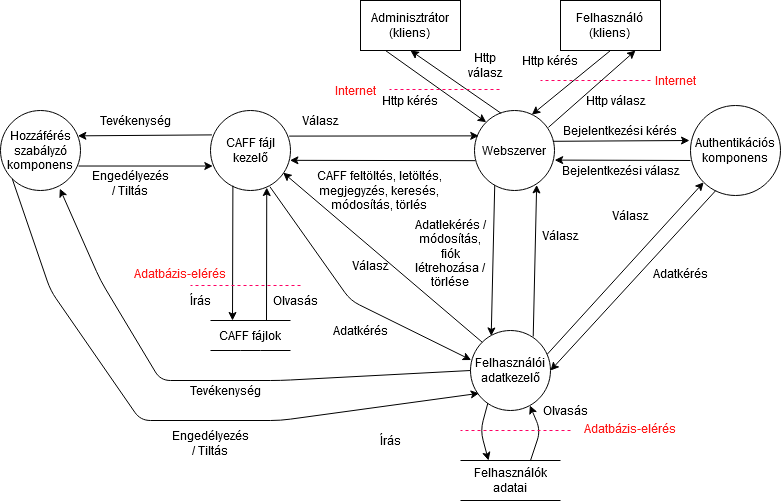
The draw.io diagram design/drawio/userAdminDataFlow.png in Frydraca/SzBiztonsagHF-C-Sec, before a commit. Source tidied: cells renumbered, new cells last; positions are measured from the earlier drawing's top-left corner, leaving out a move shared by most shapes.
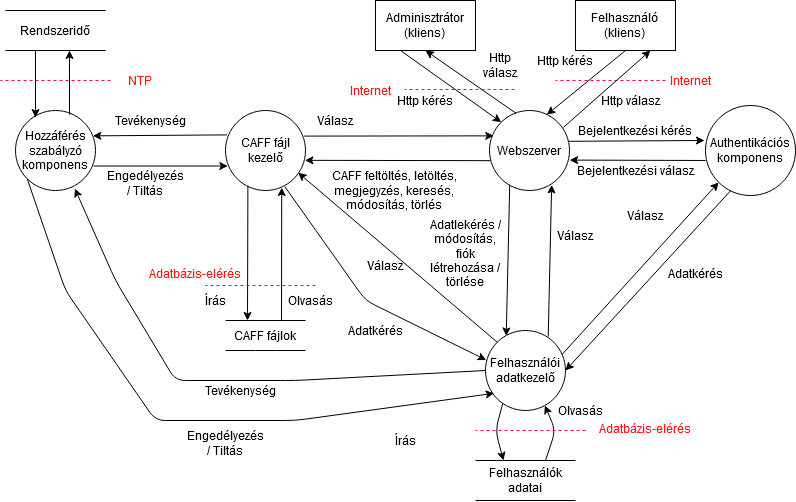
Later version of the same file.

Commit message:
Added "rendszerido" to the dataflow diagram

The edit, as a diff of the source:
```diff
@@ -255,5 +255,39 @@
     <mxCell id="66" value="Internet" style="text;html=1;strokeColor=none;fillColor=none;align=center;verticalAlign=middle;whiteSpace=wrap;rounded=0;fontColor=#FF1717;" parent="1" vertex="1">
       <mxGeometry x="330" y="80" width="50" height="20" as="geometry" />
     </mxCell>
+    <mxCell id="67" style="endArrow=classic;html=1;exitX=0.675;exitY=0.05;exitDx=0;exitDy=0;exitPerimeter=0;" parent="1" edge="1" source="32">
+      <mxGeometry relative="1" as="geometry">
+        <mxPoint x="54" y="50" as="targetPoint" />
+      </mxGeometry>
+    </mxCell>
+    <mxCell id="68" style="endArrow=classic;html=1;entryX=0.25;entryY=0.088;entryDx=0;entryDy=0;entryPerimeter=0;" parent="1" edge="1" target="32">
+      <mxGeometry relative="1" as="geometry">
+        <mxPoint x="20" y="50" as="sourcePoint" />
+      </mxGeometry>
+    </mxCell>
+    <mxCell id="69" value="Rendszeridő" style="text;html=1;strokeColor=none;fillColor=none;align=center;verticalAlign=middle;whiteSpace=wrap;rounded=0;" parent="1" vertex="1">
+      <mxGeometry x="-10" y="10" width="100" height="40" as="geometry" />
+    </mxCell>
+    <mxCell id="70" style="endArrow=none;html=1;" parent="1" edge="1">
+      <mxGeometry relative="1" as="geometry">
+        <mxPoint x="90" y="10" as="sourcePoint" />
+        <mxPoint x="-10" y="10" as="targetPoint" />
+      </mxGeometry>
+    </mxCell>
+    <mxCell id="71" style="endArrow=none;html=1;" parent="1" edge="1">
+      <mxGeometry relative="1" as="geometry">
+        <mxPoint x="90" y="50" as="sourcePoint" />
+        <mxPoint x="-10" y="50" as="targetPoint" />
+      </mxGeometry>
+    </mxCell>
+    <mxCell id="72" style="endArrow=none;dashed=1;html=1;fillColor=#d80073;strokeColor=#FF0063;" parent="1" edge="1">
+      <mxGeometry relative="1" as="geometry">
+        <mxPoint x="95" y="80" as="sourcePoint" />
+        <mxPoint x="-15" y="80" as="targetPoint" />
+      </mxGeometry>
+    </mxCell>
+    <mxCell id="73" value="NTP" style="text;html=1;strokeColor=none;fillColor=none;align=center;verticalAlign=middle;whiteSpace=wrap;rounded=0;fontColor=#FF1717;" parent="1" vertex="1">
+      <mxGeometry x="100" y="70" width="50" height="20" as="geometry" />
+    </mxCell>
   </root>
 </mxGraphModel>
```
